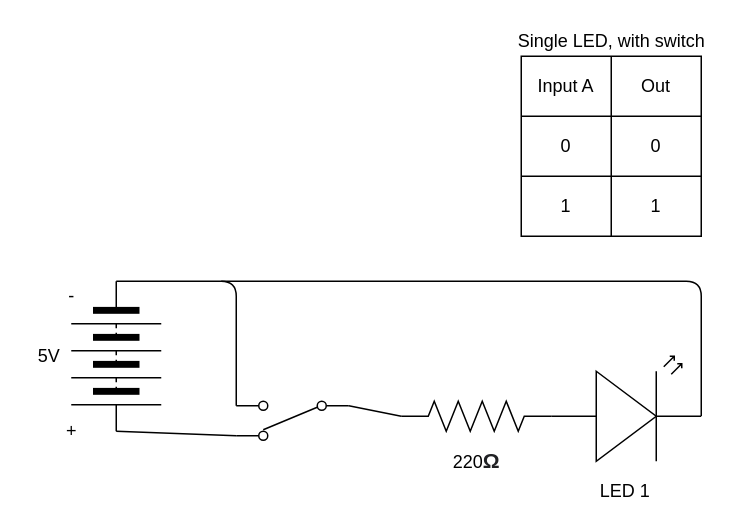
The draw.io diagram Unit4-05/Unit4-05.drawio in Infinity-deGuzman/TEJ3M-Unit-4, before the edit. Source tidied: cells renumbered, new cells numbered last; positions are measured from the earlier drawing's top-left corner, leaving out a move shared by most shapes. Both pictures are drawn from the tidied source at 150%, with x=0, y=0 at pixel (26, 26).
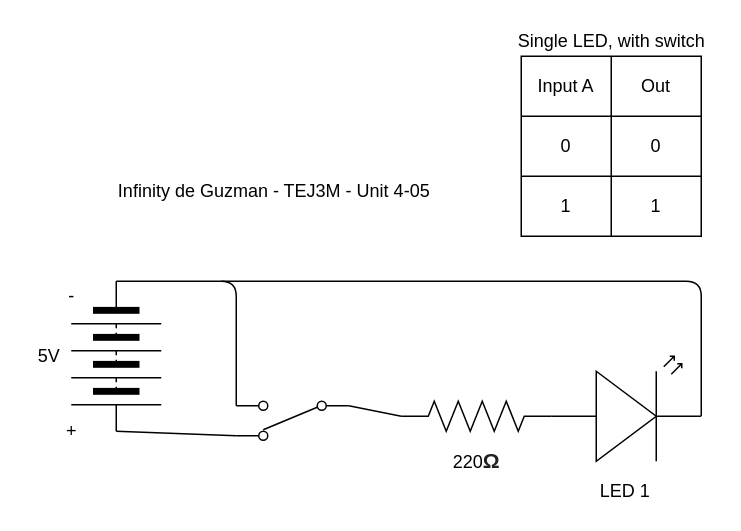
After the change.

Change to the diagram source:
```diff
@@
+    <mxCell id="26" value="Infinity de Guzman - TEJ3M - Unit 4-05" style="text;html=1;align=center;verticalAlign=middle;strokeColor=none;fillColor=none;" parent="1" vertex="1">
+      <mxGeometry x="55" y="100" width="220" height="20" as="geometry" />
+    </mxCell>
```
